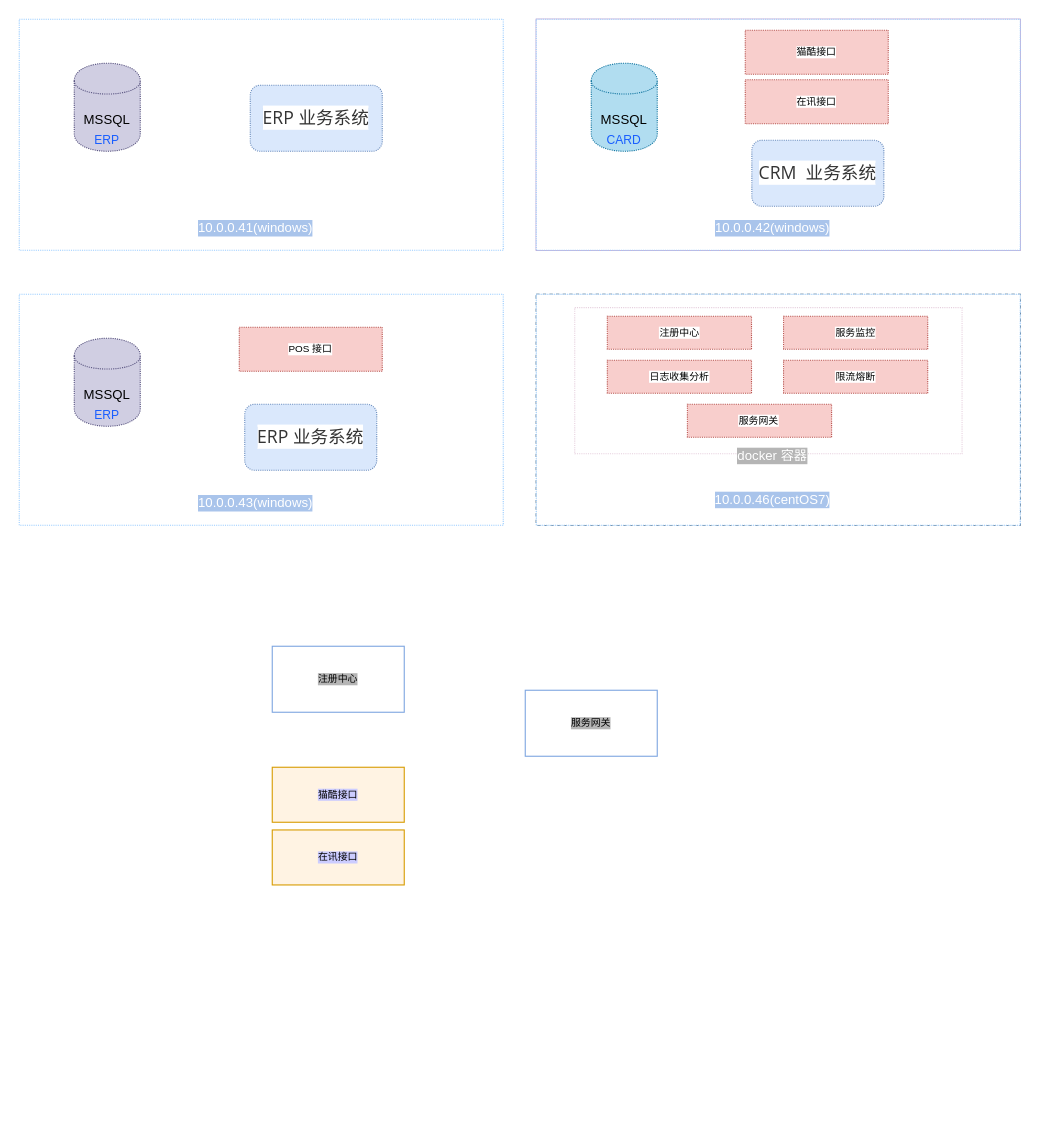
The draw.io diagram 花样年测试网络程序部署网络图.drawio in qozi/diagram, before the edit. Source tidied: cells renumbered, new cells numbered last; positions are measured from the earlier drawing's top-left corner, leaving out a move shared by most shapes. Both pictures are drawn from the tidied source at 110%, with x=0, y=0 at pixel (19, 19).
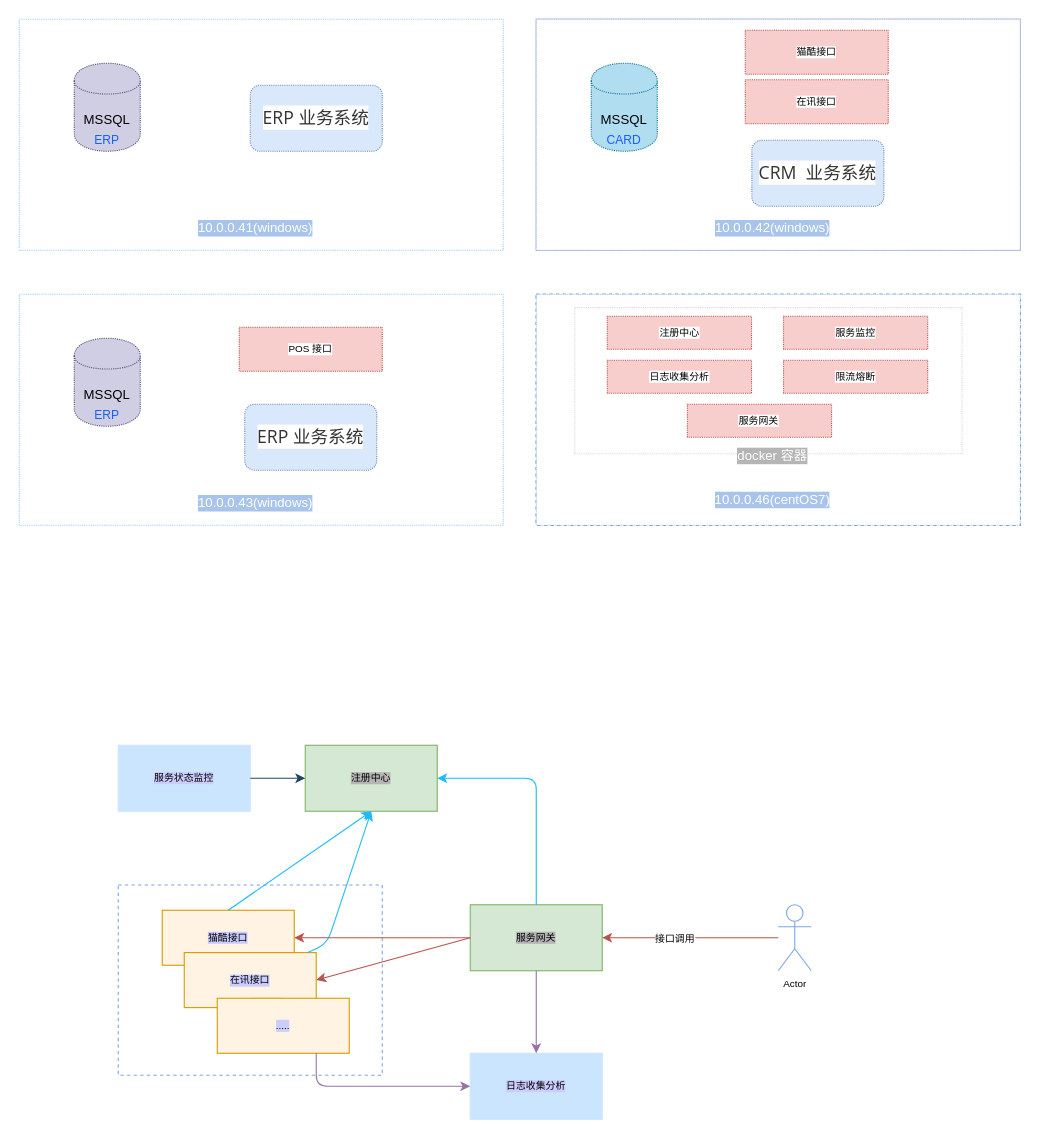
Above is the later version.

Commit message (it also covers changes not shown here):
Update 花样年测试网络程序部署网络图.drawio

What changed in the source:
```diff
@@
+    <mxCell id="42" style="rounded=0;whiteSpace=wrap;html=1;labelBackgroundColor=#CCCCFF;strokeColor=#7EA6E0;fillColor=none;fontSize=9;fontColor=#000000;dashed=1;" parent="1" vertex="1">
+      <mxGeometry x="90" y="787" width="240" height="173" as="geometry" />
+    </mxCell>
@@
-    <mxCell id="38" value="注册中心" style="rounded=0;whiteSpace=wrap;html=1;labelBackgroundColor=#B5B5B5;strokeColor=#7EA6E0;fontSize=9;fontColor=#000000;" parent="1" vertex="1">
-      <mxGeometry x="230" y="570" width="120" height="60" as="geometry" />
+    <mxCell id="38" value="注册中心" style="rounded=0;whiteSpace=wrap;html=1;labelBackgroundColor=#B5B5B5;strokeColor=#82b366;fontSize=9;fillColor=#d5e8d4;" parent="1" vertex="1">
+      <mxGeometry x="260" y="660" width="120" height="60" as="geometry" />
     </mxCell>
-    <mxCell id="39" value="服务网关" style="rounded=0;whiteSpace=wrap;html=1;labelBackgroundColor=#B5B5B5;strokeColor=#7EA6E0;fontSize=9;fontColor=#000000;" parent="1" vertex="1">
-      <mxGeometry x="460" y="610" width="120" height="60" as="geometry" />
+    <mxCell id="39" value="服务网关" style="rounded=0;whiteSpace=wrap;html=1;labelBackgroundColor=#B5B5B5;strokeColor=#82b366;fontSize=9;fillColor=#d5e8d4;" parent="1" vertex="1">
+      <mxGeometry x="410" y="805" width="120" height="60" as="geometry" />
     </mxCell>
     <mxCell id="40" value="猫酷接口" style="rounded=0;whiteSpace=wrap;html=1;labelBackgroundColor=#CCCCFF;strokeColor=#d79b00;fontSize=9;fillColor=#FFF3E3;" parent="1" vertex="1">
-      <mxGeometry x="230" y="680" width="120" height="50" as="geometry" />
+      <mxGeometry x="130" y="810" width="120" height="50" as="geometry" />
     </mxCell>
     <mxCell id="41" value="在讯接口" style="rounded=0;whiteSpace=wrap;html=1;labelBackgroundColor=#CCCCFF;strokeColor=#d79b00;fontSize=9;fillColor=#FFF3E3;" parent="1" vertex="1">
-      <mxGeometry x="230" y="737" width="120" height="50" as="geometry" />
+      <mxGeometry x="150" y="848.5" width="120" height="50" as="geometry" />
     </mxCell>
+    <mxCell id="43" style="endArrow=classic;html=1;fontSize=9;fontColor=#000000;exitX=0.5;exitY=0;exitDx=0;exitDy=0;entryX=0.5;entryY=1;entryDx=0;entryDy=0;strokeColor=#1CBBFF;" parent="1" edge="1" source="40" target="38">
+      <mxGeometry relative="1" as="geometry" />
+    </mxCell>
+    <mxCell id="44" style="endArrow=classic;html=1;fontSize=9;fontColor=#000000;entryX=0.5;entryY=1;entryDx=0;entryDy=0;strokeColor=#1CBBFF;" parent="1" edge="1" source="41" target="38">
+      <mxGeometry relative="1" as="geometry">
+        <Array as="points">
+          <mxPoint x="280" y="840" />
+        </Array>
+      </mxGeometry>
+    </mxCell>
+    <mxCell id="45" style="endArrow=classic;html=1;fontSize=9;fontColor=#000000;exitX=0.5;exitY=0;exitDx=0;exitDy=0;entryX=1;entryY=0.5;entryDx=0;entryDy=0;strokeColor=#1CBBFF;" parent="1" edge="1" source="39" target="38">
+      <mxGeometry relative="1" as="geometry">
+        <Array as="points">
+          <mxPoint x="470" y="690" />
+        </Array>
+      </mxGeometry>
+    </mxCell>
+    <mxCell id="46" style="edgeStyle=orthogonalEdgeStyle;rounded=0;jettySize=auto;html=1;entryX=1;entryY=0.5;entryDx=0;entryDy=0;strokeColor=#b85450;fontSize=9;fontColor=#000000;fillColor=#f8cecc;" parent="1" edge="1" source="48" target="39">
+      <mxGeometry relative="1" as="geometry" />
+    </mxCell>
+    <mxCell id="47" value="接口调用" style="text;html=1;align=center;verticalAlign=middle;labelBackgroundColor=#ffffff;fontSize=9;fontColor=#000000;" parent="46" vertex="1">
+      <mxGeometry x="0.19" relative="1" as="geometry" />
+    </mxCell>
+    <mxCell id="48" value="Actor" style="shape=umlActor;verticalLabelPosition=bottom;labelBackgroundColor=#ffffff;verticalAlign=top;html=1;outlineConnect=0;strokeColor=#7EA6E0;fillColor=none;fontSize=9;fontColor=#000000;" parent="1" vertex="1">
+      <mxGeometry x="690" y="805" width="30" height="60" as="geometry" />
+    </mxCell>
+    <mxCell id="49" style="endArrow=classic;html=1;strokeColor=#b85450;fontSize=9;fontColor=#000000;exitX=0;exitY=0.5;exitDx=0;exitDy=0;entryX=1;entryY=0.5;entryDx=0;entryDy=0;fillColor=#f8cecc;" parent="1" edge="1" source="39" target="40">
+      <mxGeometry relative="1" as="geometry" />
+    </mxCell>
+    <mxCell id="50" style="endArrow=classic;html=1;strokeColor=#b85450;fontSize=9;fontColor=#000000;exitX=0;exitY=0.5;exitDx=0;exitDy=0;entryX=1;entryY=0.5;entryDx=0;entryDy=0;fillColor=#f8cecc;" parent="1" edge="1" source="39" target="41">
+      <mxGeometry relative="1" as="geometry" />
+    </mxCell>
+    <mxCell id="51" value="日志收集分析" style="rounded=0;whiteSpace=wrap;html=1;labelBackgroundColor=#CCCCFF;strokeColor=#CCE5FF;fillColor=#CCE5FF;fontSize=9;fontColor=#000000;" parent="1" vertex="1">
+      <mxGeometry x="410" y="940" width="120" height="60" as="geometry" />
+    </mxCell>
+    <mxCell id="52" style="edgeStyle=orthogonalEdgeStyle;rounded=0;jettySize=auto;html=1;exitX=0.5;exitY=0;exitDx=0;exitDy=0;entryX=0.5;entryY=1;entryDx=0;entryDy=0;strokeColor=#FFCE9F;fontSize=9;fontColor=#000000;" parent="1" edge="1" source="53" target="41">
+      <mxGeometry relative="1" as="geometry" />
+    </mxCell>
+    <mxCell id="53" value="....." style="rounded=0;whiteSpace=wrap;html=1;labelBackgroundColor=#CCCCFF;strokeColor=#d79b00;fontSize=9;fillColor=#FFF3E3;" parent="1" vertex="1">
+      <mxGeometry x="180" y="890" width="120" height="50" as="geometry" />
+    </mxCell>
+    <mxCell id="54" style="endArrow=classic;html=1;strokeColor=#9673a6;fontSize=9;fontColor=#000000;exitX=0.5;exitY=1;exitDx=0;exitDy=0;entryX=0.5;entryY=0;entryDx=0;entryDy=0;fillColor=#e1d5e7;" parent="1" edge="1" source="39" target="51">
+      <mxGeometry relative="1" as="geometry" />
+    </mxCell>
+    <mxCell id="55" style="endArrow=classic;html=1;strokeColor=#9673a6;fontSize=9;fontColor=#000000;exitX=0.75;exitY=1;exitDx=0;exitDy=0;entryX=0;entryY=0.5;entryDx=0;entryDy=0;fillColor=#e1d5e7;" parent="1" edge="1" source="53" target="51">
+      <mxGeometry relative="1" as="geometry">
+        <Array as="points">
+          <mxPoint x="270" y="970" />
+        </Array>
+      </mxGeometry>
+    </mxCell>
+    <mxCell id="56" value="服务状态监控" style="rounded=0;whiteSpace=wrap;html=1;labelBackgroundColor=#CCCCFF;strokeColor=#CCE5FF;fillColor=#CCE5FF;fontSize=9;fontColor=#000000;" parent="1" vertex="1">
+      <mxGeometry x="90" y="660" width="120" height="60" as="geometry" />
+    </mxCell>
+    <mxCell id="57" style="endArrow=classic;html=1;strokeColor=#23445d;fontSize=9;fontColor=#000000;exitX=1;exitY=0.5;exitDx=0;exitDy=0;fillColor=#bac8d3;" parent="1" edge="1" source="56">
+      <mxGeometry relative="1" as="geometry">
+        <mxPoint x="260" y="690" as="targetPoint" />
+      </mxGeometry>
+    </mxCell>
```
